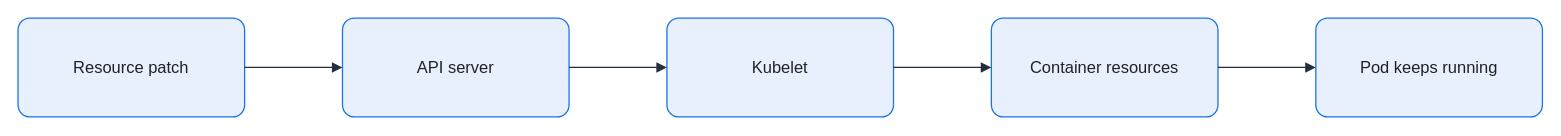
The draw.io diagram assets/img/kubernetes/in-place-pod-resource-resize.drawio in KKamJi98/kkamji98.github.io, before the edit. Source tidied: cells renumbered, new cells numbered last; positions are measured from the earlier drawing's top-left corner, leaving out a move shared by most shapes. Both pictures are drawn from the tidied source at 103%, with x=0, y=0 at pixel (18, 18).
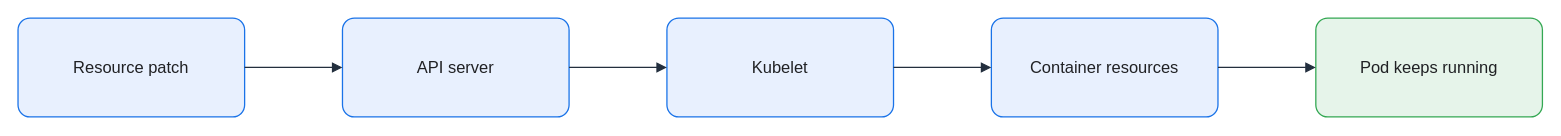
The same page after the edit.

The edit, as a diff of the source:
```diff
@@
 <mxGraphModel background="#FFFFFF">
   <root>
     <mxCell id="0" />
     <mxCell id="1" parent="0" />
     <mxCell id="2" value="Resource patch" style="rounded=1;arcSize=12;whiteSpace=wrap;html=0;fillColor=#E8F0FE;strokeColor=#1A73E8;strokeWidth=1.25;fontColor=#202124;fontSize=16;align=center;verticalAlign=middle;spacing=8;shadow=0;" parent="1" vertex="1">
       <mxGeometry width="220" height="96" as="geometry" />
     </mxCell>
     <mxCell id="3" value="API server" style="rounded=1;arcSize=12;whiteSpace=wrap;html=0;fillColor=#E8F0FE;strokeColor=#1A73E8;strokeWidth=1.25;fontColor=#202124;fontSize=16;align=center;verticalAlign=middle;spacing=8;shadow=0;" parent="1" vertex="1">
       <mxGeometry x="315" width="220" height="96" as="geometry" />
     </mxCell>
     <mxCell id="4" value="Kubelet" style="rounded=1;arcSize=12;whiteSpace=wrap;html=0;fillColor=#E8F0FE;strokeColor=#1A73E8;strokeWidth=1.25;fontColor=#202124;fontSize=16;align=center;verticalAlign=middle;spacing=8;shadow=0;" parent="1" vertex="1">
       <mxGeometry x="630" width="220" height="96" as="geometry" />
     </mxCell>
     <mxCell id="5" value="Container resources" style="rounded=1;arcSize=12;whiteSpace=wrap;html=0;fillColor=#E8F0FE;strokeColor=#1A73E8;strokeWidth=1.25;fontColor=#202124;fontSize=16;align=center;verticalAlign=middle;spacing=8;shadow=0;" parent="1" vertex="1">
       <mxGeometry x="945" width="220" height="96" as="geometry" />
     </mxCell>
-    <mxCell id="6" value="Pod keeps running" style="rounded=1;arcSize=12;whiteSpace=wrap;html=0;fillColor=#E8F0FE;strokeColor=#1A73E8;strokeWidth=1.25;fontColor=#202124;fontSize=16;align=center;verticalAlign=middle;spacing=8;shadow=0;" parent="1" vertex="1">
+    <mxCell id="6" value="Pod keeps running" style="rounded=1;arcSize=12;whiteSpace=wrap;html=0;fillColor=#E6F4EA;strokeColor=#34A853;strokeWidth=1.25;fontColor=#202124;fontSize=16;align=center;verticalAlign=middle;spacing=8;shadow=0;" parent="1" vertex="1">
       <mxGeometry x="1260" width="220" height="96" as="geometry" />
     </mxCell>
     <mxCell id="7" style="edgeStyle=orthogonalEdgeStyle;rounded=0;jettySize=auto;html=0;endArrow=block;endFill=1;strokeColor=#232F3E;strokeWidth=1.25;fontColor=#202124;labelBackgroundColor=none;exitX=1;exitY=0.5;exitDx=0;exitDy=0;entryX=0;entryY=0.5;entryDx=0;entryDy=0;endSize=7;" parent="1" edge="1" source="2" target="3">
       <mxGeometry relative="1" as="geometry" />
     </mxCell>
     <mxCell id="8" style="edgeStyle=orthogonalEdgeStyle;rounded=0;jettySize=auto;html=0;endArrow=block;endFill=1;strokeColor=#232F3E;strokeWidth=1.25;fontColor=#202124;labelBackgroundColor=none;exitX=1;exitY=0.5;exitDx=0;exitDy=0;entryX=0;entryY=0.5;entryDx=0;entryDy=0;endSize=7;" parent="1" edge="1" source="3" target="4">
       <mxGeometry relative="1" as="geometry" />
     </mxCell>
     <mxCell id="9" style="edgeStyle=orthogonalEdgeStyle;rounded=0;jettySize=auto;html=0;endArrow=block;endFill=1;strokeColor=#232F3E;strokeWidth=1.25;fontColor=#202124;labelBackgroundColor=none;exitX=1;exitY=0.5;exitDx=0;exitDy=0;entryX=0;entryY=0.5;entryDx=0;entryDy=0;endSize=7;" parent="1" edge="1" source="4" target="5">
       <mxGeometry relative="1" as="geometry" />
     </mxCell>
     <mxCell id="10" style="edgeStyle=orthogonalEdgeStyle;rounded=0;jettySize=auto;html=0;endArrow=block;endFill=1;strokeColor=#232F3E;strokeWidth=1.25;fontColor=#202124;labelBackgroundColor=none;exitX=1;exitY=0.5;exitDx=0;exitDy=0;entryX=0;entryY=0.5;entryDx=0;entryDy=0;endSize=7;" parent="1" edge="1" source="5" target="6">
       <mxGeometry relative="1" as="geometry" />
     </mxCell>
   </root>
 </mxGraphModel>
```
